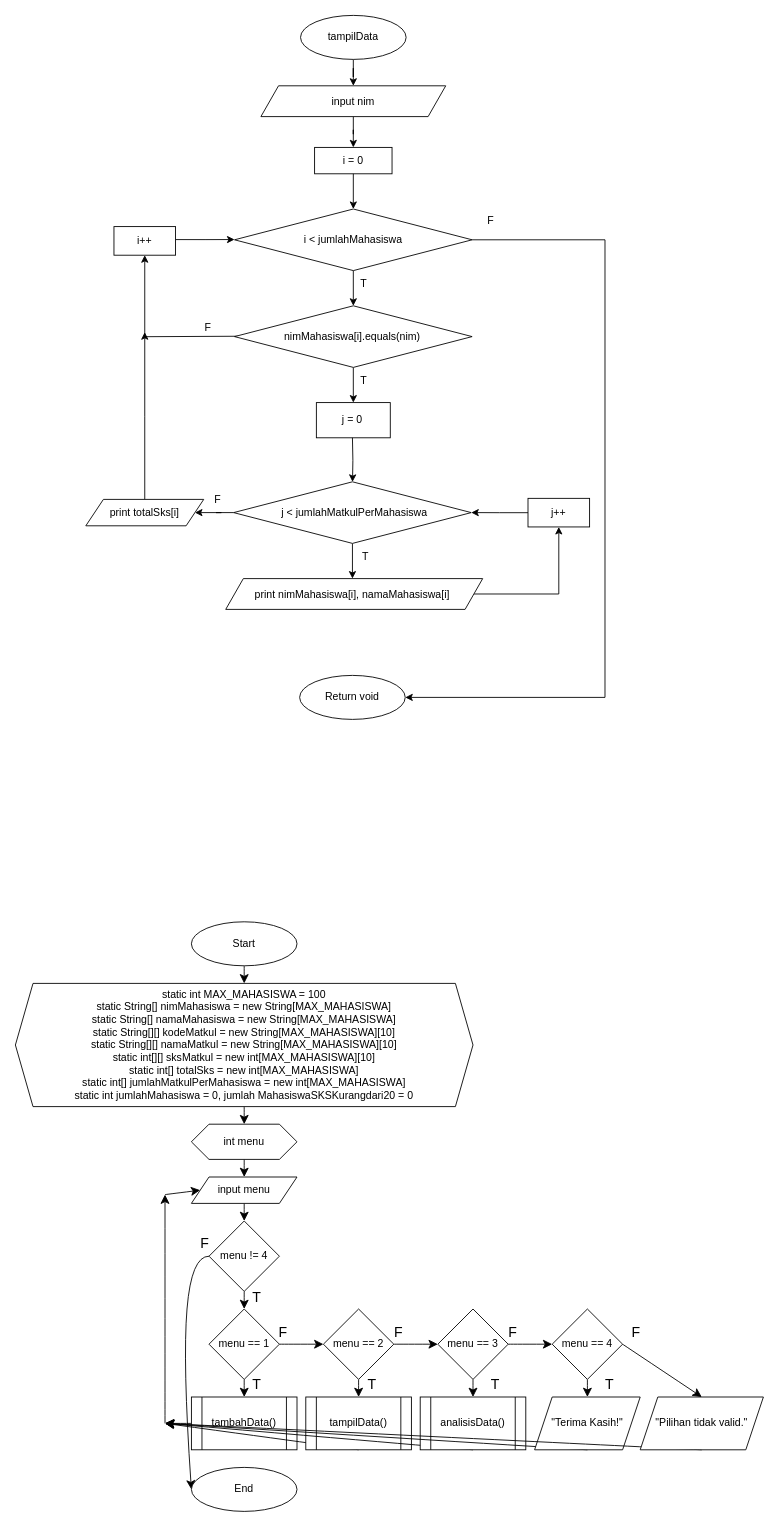
The draw.io diagram page "Main" (1 of 4) of flowchart kelompok 7.drawio in Dzaky-Hadyan/project-besar-daspro, before the edit. Source tidied: cells renumbered, new cells numbered last; positions are measured from the earlier drawing's top-left corner, leaving out a move shared by most shapes. Both pictures are drawn from the tidied source at 88%, with x=0, y=0 at pixel (15, 15).
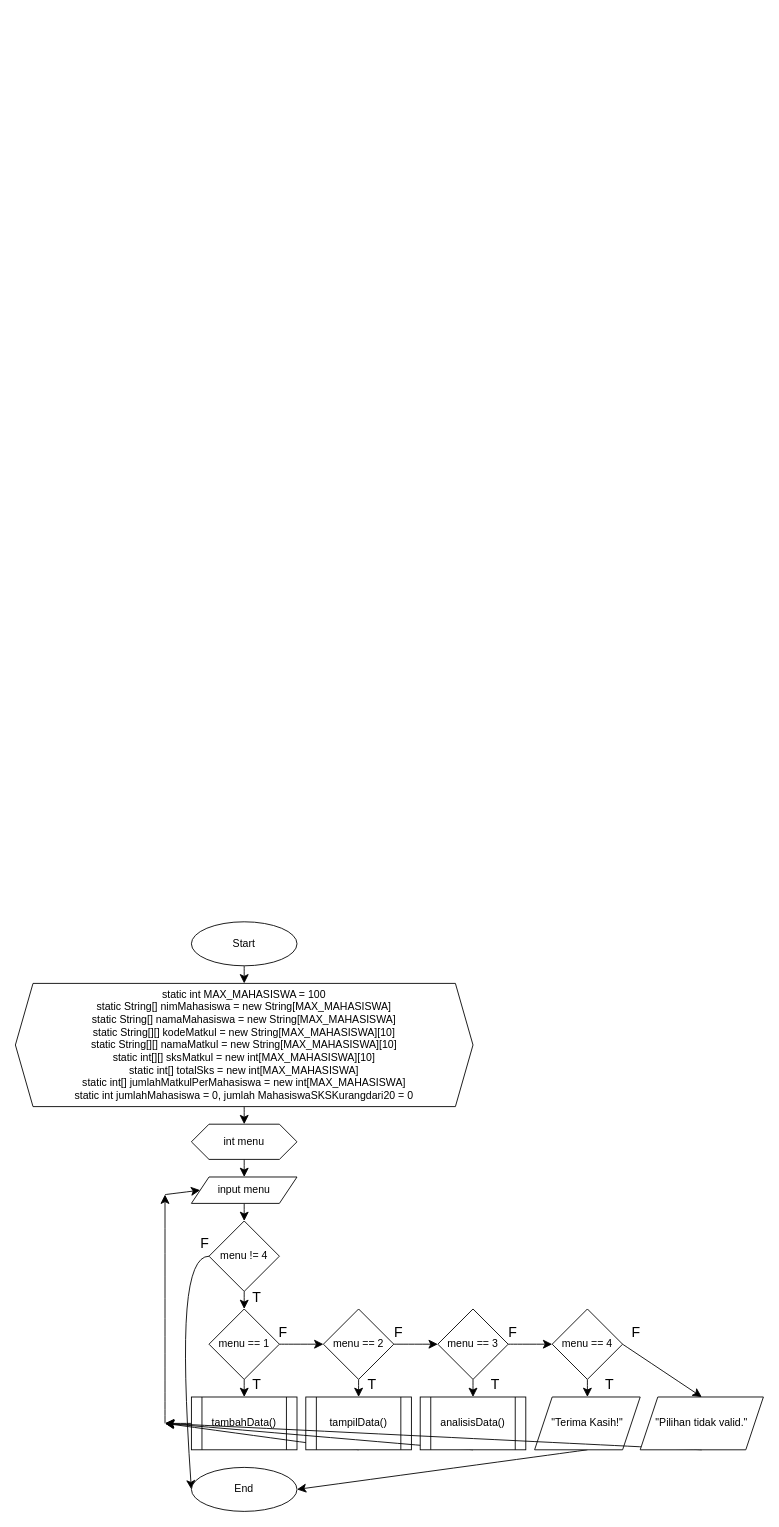
After the change.

Unchanged cells that the change refers to:
```xml
<mxCell id="31" value="&quot;Terima Kasih!&quot;" style="shape=parallelogram;perimeter=parallelogramPerimeter;whiteSpace=wrap;html=1;fixedSize=1;" parent="1" vertex="1">
  <mxGeometry x="590" y="1570" width="120" height="60" as="geometry" />
</mxCell>
<mxCell id="46" value="End" style="ellipse;whiteSpace=wrap;html=1;" parent="1" vertex="1">
  <mxGeometry x="200" y="1650" width="120" height="50" as="geometry" />
</mxCell>
```

The edit, as a diff of the source:
```diff
@@
-    <mxCell id="30" style="edgeStyle=none;curved=1;rounded=0;jettySize=auto;html=1;exitX=0.5;exitY=1;exitDx=0;exitDy=0;fontSize=12;startSize=8;endSize=8;" parent="1" edge="1" source="31">
-      <mxGeometry relative="1" as="geometry">
-        <mxPoint x="170" y="1600" as="targetPoint" />
-      </mxGeometry>
+    <mxCell id="30" style="edgeStyle=none;curved=1;rounded=0;jettySize=auto;html=1;exitX=0.5;exitY=1;exitDx=0;exitDy=0;fontSize=12;startSize=8;endSize=8;entryX=1;entryY=0.5;entryDx=0;entryDy=0;" parent="1" edge="1" source="31" target="46">
+      <mxGeometry relative="1" as="geometry" />
     </mxCell>
@@
-    <mxCell id="48" style="edgeStyle=orthogonalEdgeStyle;rounded=0;jettySize=auto;html=1;" parent="1" edge="1" source="49" target="51">
-      <mxGeometry relative="1" as="geometry" />
-    </mxCell>
-    <mxCell id="49" value="tampilData" style="ellipse;whiteSpace=wrap;html=1;" parent="1" vertex="1">
-      <mxGeometry x="324" width="120" height="50" as="geometry" />
-    </mxCell>
-    <mxCell id="50" style="edgeStyle=orthogonalEdgeStyle;rounded=0;jettySize=auto;html=1;" parent="1" edge="1" source="51" target="52">
-      <mxGeometry relative="1" as="geometry" />
-    </mxCell>
-    <mxCell id="51" style="shape=parallelogram;perimeter=parallelogramPerimeter;whiteSpace=wrap;html=1;fixedSize=1;" parent="1" vertex="1">
-      <mxGeometry x="279" y="80" width="210" height="35" as="geometry" />
-    </mxCell>
-    <mxCell id="52" style="whiteSpace=wrap;html=1;" parent="1" vertex="1">
-      <mxGeometry x="340" y="150" width="88" height="30" as="geometry" />
-    </mxCell>
-    <mxCell id="53" style="edgeStyle=orthogonalEdgeStyle;rounded=0;jettySize=auto;html=1;" parent="1" edge="1" source="54" target="58">
-      <mxGeometry relative="1" as="geometry" />
-    </mxCell>
-    <mxCell id="54" value="i = 0" style="text;html=1;align=center;verticalAlign=middle;whiteSpace=wrap;rounded=0;" parent="1" vertex="1">
-      <mxGeometry x="354" y="150" width="60" height="30" as="geometry" />
-    </mxCell>
-    <mxCell id="55" value="input nim" style="text;html=1;align=center;verticalAlign=middle;whiteSpace=wrap;rounded=0;" parent="1" vertex="1">
-      <mxGeometry x="354" y="82.5" width="60" height="30" as="geometry" />
-    </mxCell>
-    <mxCell id="56" style="edgeStyle=orthogonalEdgeStyle;rounded=0;jettySize=auto;html=1;" parent="1" edge="1" source="58" target="62">
-      <mxGeometry relative="1" as="geometry" />
-    </mxCell>
-    <mxCell id="57" style="edgeStyle=orthogonalEdgeStyle;rounded=0;jettySize=auto;html=1;entryX=1;entryY=0.5;entryDx=0;entryDy=0;" parent="1" edge="1" source="58" target="85">
-      <mxGeometry relative="1" as="geometry">
-        <Array as="points">
-          <mxPoint x="670" y="255" />
-          <mxPoint x="670" y="775" />
-        </Array>
-      </mxGeometry>
-    </mxCell>
-    <mxCell id="58" style="rhombus;whiteSpace=wrap;html=1;" parent="1" vertex="1">
-      <mxGeometry x="249" y="220" width="270" height="70" as="geometry" />
-    </mxCell>
-    <mxCell id="59" value="i &amp;lt; jumlahMahasiswa" style="text;html=1;align=center;verticalAlign=middle;whiteSpace=wrap;rounded=0;" parent="1" vertex="1">
-      <mxGeometry x="304" y="240" width="160" height="30" as="geometry" />
-    </mxCell>
-    <mxCell id="60" style="edgeStyle=orthogonalEdgeStyle;rounded=0;jettySize=auto;html=1;" parent="1" edge="1" source="62" target="64">
-      <mxGeometry relative="1" as="geometry" />
-    </mxCell>
-    <mxCell id="61" style="edgeStyle=orthogonalEdgeStyle;rounded=0;jettySize=auto;html=1;entryX=0.5;entryY=1;entryDx=0;entryDy=0;" parent="1" edge="1" target="84">
-      <mxGeometry relative="1" as="geometry">
-        <mxPoint x="253" y="364.6" as="sourcePoint" />
-      </mxGeometry>
-    </mxCell>
-    <mxCell id="62" style="rhombus;whiteSpace=wrap;html=1;" parent="1" vertex="1">
-      <mxGeometry x="249" y="330" width="270" height="70" as="geometry" />
-    </mxCell>
-    <mxCell id="63" value="nimMahasiswa[i].equals(nim)" style="text;html=1;align=center;verticalAlign=middle;whiteSpace=wrap;rounded=0;" parent="1" vertex="1">
-      <mxGeometry x="353" y="350" width="60" height="30" as="geometry" />
-    </mxCell>
-    <mxCell id="64" style="whiteSpace=wrap;html=1;" parent="1" vertex="1">
-      <mxGeometry x="342" y="440" width="84" height="40" as="geometry" />
-    </mxCell>
-    <mxCell id="65" style="edgeStyle=orthogonalEdgeStyle;rounded=0;orthogonalLoop=1;jettySize=auto;html=1;" parent="1" edge="1">
-      <mxGeometry relative="1" as="geometry">
-        <mxPoint x="383" y="480" as="sourcePoint" />
-        <mxPoint x="383.1" y="530.1" as="targetPoint" />
-      </mxGeometry>
-    </mxCell>
-    <mxCell id="66" value="j = 0" style="text;html=1;align=center;verticalAlign=middle;whiteSpace=wrap;rounded=0;" parent="1" vertex="1">
-      <mxGeometry x="353" y="445" width="60" height="30" as="geometry" />
-    </mxCell>
-    <mxCell id="67" style="edgeStyle=orthogonalEdgeStyle;rounded=0;jettySize=auto;html=1;" parent="1" edge="1" source="69">
-      <mxGeometry relative="1" as="geometry">
-        <mxPoint x="383" y="640" as="targetPoint" />
-      </mxGeometry>
-    </mxCell>
-    <mxCell id="68" style="edgeStyle=orthogonalEdgeStyle;rounded=0;jettySize=auto;html=1;" parent="1" edge="1" source="69" target="81">
-      <mxGeometry relative="1" as="geometry" />
-    </mxCell>
-    <mxCell id="69" style="rhombus;whiteSpace=wrap;html=1;" parent="1" vertex="1">
-      <mxGeometry x="248" y="530" width="270" height="70" as="geometry" />
-    </mxCell>
-    <mxCell id="70" value="j &amp;lt; jumlahMatkulPerMahasiswa" style="text;html=1;align=center;verticalAlign=middle;whiteSpace=wrap;rounded=0;" parent="1" vertex="1">
-      <mxGeometry x="271.5" y="550" width="227" height="30" as="geometry" />
-    </mxCell>
-    <mxCell id="71" style="edgeStyle=orthogonalEdgeStyle;rounded=0;jettySize=auto;html=1;entryX=0.5;entryY=1;entryDx=0;entryDy=0;" parent="1" edge="1" source="72" target="74">
-      <mxGeometry relative="1" as="geometry" />
-    </mxCell>
-    <mxCell id="72" style="shape=parallelogram;perimeter=parallelogramPerimeter;whiteSpace=wrap;html=1;fixedSize=1;" parent="1" vertex="1">
-      <mxGeometry x="239" y="640" width="292" height="35" as="geometry" />
-    </mxCell>
-    <mxCell id="73" style="edgeStyle=orthogonalEdgeStyle;rounded=0;jettySize=auto;html=1;entryX=1;entryY=0.5;entryDx=0;entryDy=0;" parent="1" edge="1" source="74" target="69">
-      <mxGeometry relative="1" as="geometry" />
-    </mxCell>
-    <mxCell id="74" style="whiteSpace=wrap;html=1;" parent="1" vertex="1">
-      <mxGeometry x="582.5" y="548.8" width="70" height="32.5" as="geometry" />
-    </mxCell>
-    <mxCell id="75" value="j++" style="text;html=1;align=center;verticalAlign=middle;whiteSpace=wrap;rounded=0;" parent="1" vertex="1">
-      <mxGeometry x="585" y="557.5" width="65" height="15" as="geometry" />
-    </mxCell>
-    <mxCell id="76" value="print nimMahasiswa[i], namaMahasiswa[i]" style="text;html=1;align=center;verticalAlign=middle;whiteSpace=wrap;rounded=0;" parent="1" vertex="1">
-      <mxGeometry x="253" y="642.5" width="260" height="30" as="geometry" />
-    </mxCell>
-    <mxCell id="77" value="T" style="text;html=1;align=center;verticalAlign=middle;whiteSpace=wrap;rounded=0;" parent="1" vertex="1">
-      <mxGeometry x="368" y="600" width="60" height="30" as="geometry" />
-    </mxCell>
-    <mxCell id="78" value="T" style="text;html=1;align=center;verticalAlign=middle;whiteSpace=wrap;rounded=0;" parent="1" vertex="1">
-      <mxGeometry x="366" y="400" width="60" height="30" as="geometry" />
-    </mxCell>
-    <mxCell id="79" value="T" style="text;html=1;align=center;verticalAlign=middle;whiteSpace=wrap;rounded=0;" parent="1" vertex="1">
-      <mxGeometry x="366" y="290" width="60" height="30" as="geometry" />
-    </mxCell>
-    <mxCell id="80" style="edgeStyle=orthogonalEdgeStyle;rounded=0;jettySize=auto;html=1;" parent="1" edge="1" source="81">
-      <mxGeometry relative="1" as="geometry">
-        <mxPoint x="147" y="360" as="targetPoint" />
-      </mxGeometry>
-    </mxCell>
-    <mxCell id="81" value="print totalSks[i]" style="shape=parallelogram;perimeter=parallelogramPerimeter;whiteSpace=wrap;html=1;fixedSize=1;" parent="1" vertex="1">
-      <mxGeometry x="80" y="550" width="134" height="30" as="geometry" />
-    </mxCell>
-    <mxCell id="82" value="F" style="text;html=1;align=center;verticalAlign=middle;whiteSpace=wrap;rounded=0;" parent="1" vertex="1">
-      <mxGeometry x="189" y="340" width="60" height="30" as="geometry" />
-    </mxCell>
-    <mxCell id="83" style="edgeStyle=orthogonalEdgeStyle;rounded=0;jettySize=auto;html=1;exitX=0.999;exitY=0.454;exitDx=0;exitDy=0;exitPerimeter=0;" parent="1" edge="1" source="84">
-      <mxGeometry relative="1" as="geometry">
-        <mxPoint x="249" y="254.7" as="targetPoint" />
-      </mxGeometry>
-    </mxCell>
-    <mxCell id="84" value="i++" style="whiteSpace=wrap;html=1;" parent="1" vertex="1">
-      <mxGeometry x="112" y="240" width="70" height="32.5" as="geometry" />
-    </mxCell>
-    <mxCell id="85" value="Return void" style="ellipse;whiteSpace=wrap;html=1;" parent="1" vertex="1">
-      <mxGeometry x="323" y="750" width="120" height="50" as="geometry" />
-    </mxCell>
-    <mxCell id="86" value="F" style="text;html=1;align=center;verticalAlign=middle;strokeColor=none;fillColor=none;" parent="1" vertex="1">
-      <mxGeometry x="525" y="218" width="30" height="30" as="geometry" />
-    </mxCell>
-    <mxCell id="87" value="F" style="text;html=1;align=center;verticalAlign=middle;whiteSpace=wrap;rounded=0;" parent="1" vertex="1">
-      <mxGeometry x="200" y="542.5" width="60" height="17.5" as="geometry" />
-    </mxCell>
```
